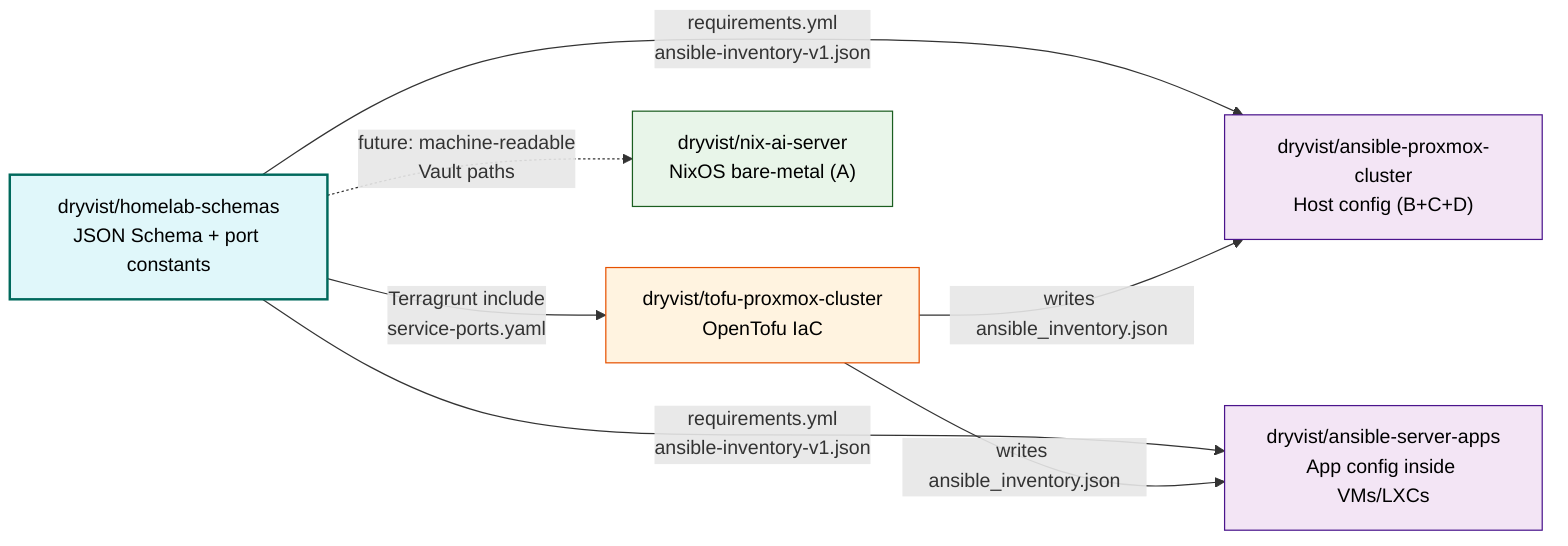
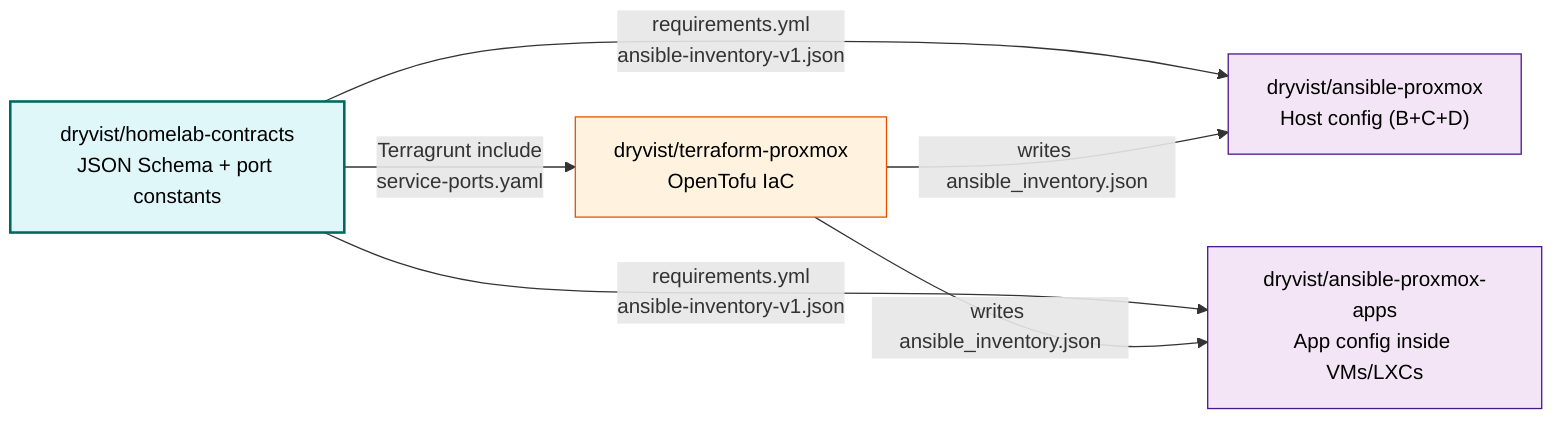
flowchart LR
  classDef schemaRepo fill:#e0f7fa,stroke:#00695c,stroke-width:2px,color:#000
  classDef tofuRepo fill:#fff3e0,stroke:#e65100,color:#000
  classDef ansibleRepo fill:#f3e5f5,stroke:#4a148c,color:#000
-   classDef nixRepo fill:#e8f5e9,stroke:#1b5e20,color:#000

-   schemas["dryvist/homelab-schemas<br/>JSON Schema + port constants"]:::schemaRepo
+   schemas["dryvist/homelab-contracts<br/>JSON Schema + port constants"]:::schemaRepo

-   tofu["dryvist/tofu-proxmox-cluster<br/>OpenTofu IaC"]:::tofuRepo
-   ansibleCluster["dryvist/ansible-proxmox-cluster<br/>Host config (B+C+D)"]:::ansibleRepo
-   ansibleApps["dryvist/ansible-server-apps<br/>App config inside VMs/LXCs"]:::ansibleRepo
-   nixAi["dryvist/nix-ai-server<br/>NixOS bare-metal (A)"]:::nixRepo
+   tofu["dryvist/terraform-proxmox<br/>OpenTofu IaC"]:::tofuRepo
+   ansibleCluster["dryvist/ansible-proxmox<br/>Host config (B+C+D)"]:::ansibleRepo
+   ansibleApps["dryvist/ansible-proxmox-apps<br/>App config inside VMs/LXCs"]:::ansibleRepo

  schemas -->|Terragrunt include<br/>service-ports.yaml| tofu
  schemas -->|requirements.yml<br/>ansible-inventory-v1.json| ansibleCluster
  schemas -->|requirements.yml<br/>ansible-inventory-v1.json| ansibleApps
-   schemas -.->|future: machine-readable<br/>Vault paths| nixAi

  tofu -->|writes ansible_inventory.json| ansibleCluster
  tofu -->|writes ansible_inventory.json| ansibleApps
